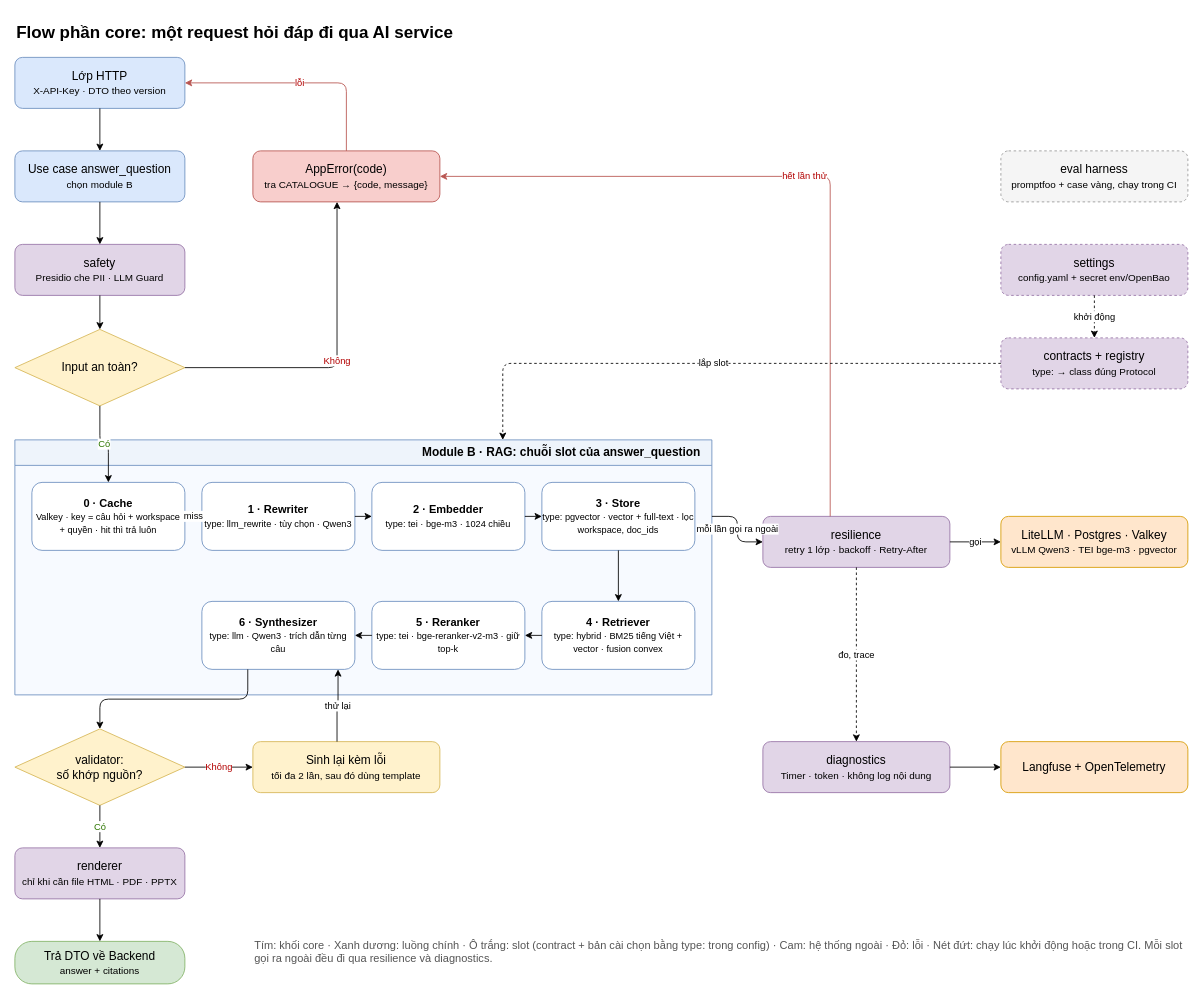
Above: page "1. Flow core" (1 of 9) of docs/beyondpilot/core-flow.drawio in nguyennhatkhoa99/llmops-sre-copilot (draw.io), before the change. Source tidied: cells renumbered, new cells numbered last; positions are measured from the earlier drawing's top-left corner, leaving out a move shared by most shapes. Both pictures are drawn from the tidied source at 85%, with x=0, y=0 at pixel (14, 14).
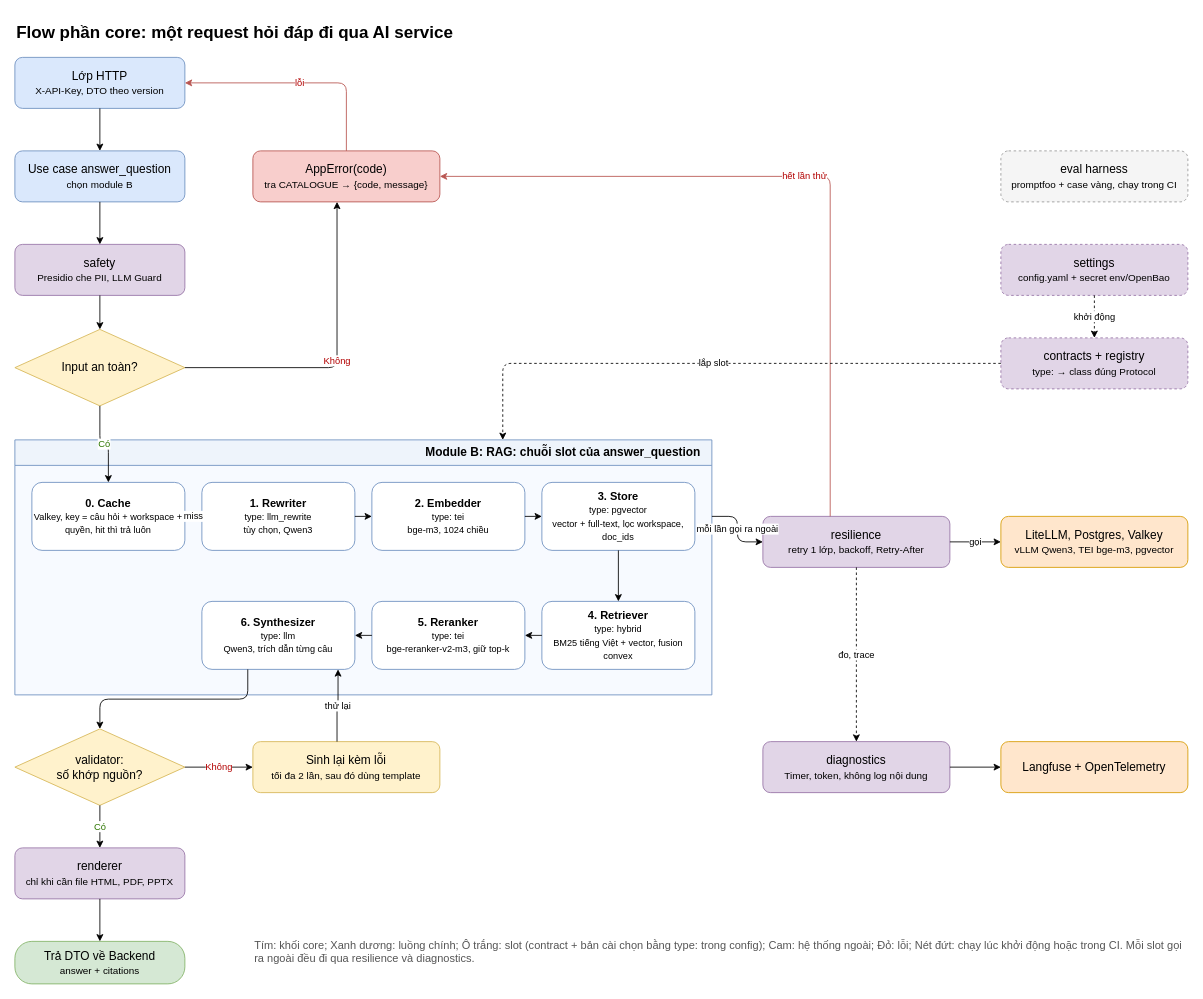
Above is the later version.

Change to the diagram source:
```diff
@@
-    <mxCell id="3" value="Lớp HTTP&lt;br&gt;&lt;small&gt;X-API-Key · DTO theo version&lt;/small&gt;" style="rounded=1;whiteSpace=wrap;html=1;fontSize=14;fillColor=#dae8fc;strokeColor=#6c8ebf;" parent="1" vertex="1">
+    <mxCell id="3" value="Lớp HTTP&lt;br&gt;&lt;small&gt;X-API-Key, DTO theo version&lt;/small&gt;" style="rounded=1;whiteSpace=wrap;html=1;fontSize=14;fillColor=#dae8fc;strokeColor=#6c8ebf;" parent="1" vertex="1">
       <mxGeometry y="50" width="200" height="60" as="geometry" />
     </mxCell>
@@
-    <mxCell id="5" value="safety&lt;br&gt;&lt;small&gt;Presidio che PII · LLM Guard&lt;/small&gt;" style="rounded=1;whiteSpace=wrap;html=1;fontSize=14;fillColor=#e1d5e7;strokeColor=#9673a6;" parent="1" vertex="1">
+    <mxCell id="5" value="safety&lt;br&gt;&lt;small&gt;Presidio che PII, LLM Guard&lt;/small&gt;" style="rounded=1;whiteSpace=wrap;html=1;fontSize=14;fillColor=#e1d5e7;strokeColor=#9673a6;" parent="1" vertex="1">
       <mxGeometry y="270" width="200" height="60" as="geometry" />
     </mxCell>
@@
-    <mxCell id="8" value="Module B · RAG: chuỗi slot của answer_question" style="swimlane;shape=swimlane;startSize=30;html=1;fontSize=14;fontStyle=1;verticalAlign=top;align=right;spacingRight=12;fillColor=#eef4fb;strokeColor=#6c8ebf;swimlaneFillColor=#f7faff;" parent="1" vertex="1">
+    <mxCell id="8" value="Module B: RAG: chuỗi slot của answer_question" style="swimlane;shape=swimlane;startSize=30;html=1;fontSize=14;fontStyle=1;verticalAlign=top;align=right;spacingRight=12;fillColor=#eef4fb;strokeColor=#6c8ebf;swimlaneFillColor=#f7faff;" parent="1" vertex="1">
       <mxGeometry y="500" width="820" height="300" as="geometry" />
     </mxCell>
-    <mxCell id="9" value="&lt;b&gt;0 · Cache&lt;/b&gt;&lt;br&gt;&lt;small&gt;Valkey · key = câu hỏi + workspace + quyền · hit thì trả luôn&lt;/small&gt;" style="rounded=1;whiteSpace=wrap;html=1;fontSize=14;fontSize=13;fillColor=#ffffff;strokeColor=#6c8ebf;" parent="8" vertex="1">
+    <mxCell id="9" value="&lt;b&gt;0. Cache&lt;/b&gt;&lt;br&gt;&lt;small&gt;Valkey, key = câu hỏi + workspace + quyền, hit thì trả luôn&lt;/small&gt;" style="rounded=1;whiteSpace=wrap;html=1;fontSize=14;fontSize=13;fillColor=#ffffff;strokeColor=#6c8ebf;" parent="8" vertex="1">
       <mxGeometry x="20" y="50" width="180" height="80" as="geometry" />
     </mxCell>
-    <mxCell id="10" value="&lt;b&gt;1 · Rewriter&lt;/b&gt;&lt;br&gt;&lt;small&gt;type: llm_rewrite · tùy chọn · Qwen3&lt;/small&gt;" style="rounded=1;whiteSpace=wrap;html=1;fontSize=14;fontSize=13;fillColor=#ffffff;strokeColor=#6c8ebf;" parent="8" vertex="1">
+    <mxCell id="10" value="&lt;b&gt;1. Rewriter&lt;/b&gt;&lt;br&gt;&lt;small&gt;type: llm_rewrite&lt;br&gt;tùy chọn, Qwen3&lt;/small&gt;" style="rounded=1;whiteSpace=wrap;html=1;fontSize=14;fontSize=13;fillColor=#ffffff;strokeColor=#6c8ebf;" parent="8" vertex="1">
       <mxGeometry x="220" y="50" width="180" height="80" as="geometry" />
     </mxCell>
-    <mxCell id="11" value="&lt;b&gt;2 · Embedder&lt;/b&gt;&lt;br&gt;&lt;small&gt;type: tei · bge-m3 · 1024 chiều&lt;/small&gt;" style="rounded=1;whiteSpace=wrap;html=1;fontSize=14;fontSize=13;fillColor=#ffffff;strokeColor=#6c8ebf;" parent="8" vertex="1">
+    <mxCell id="11" value="&lt;b&gt;2. Embedder&lt;/b&gt;&lt;br&gt;&lt;small&gt;type: tei&lt;br&gt;bge-m3, 1024 chiều&lt;/small&gt;" style="rounded=1;whiteSpace=wrap;html=1;fontSize=14;fontSize=13;fillColor=#ffffff;strokeColor=#6c8ebf;" parent="8" vertex="1">
       <mxGeometry x="420" y="50" width="180" height="80" as="geometry" />
     </mxCell>
-    <mxCell id="12" value="&lt;b&gt;3 · Store&lt;/b&gt;&lt;br&gt;&lt;small&gt;type: pgvector · vector + full-text · lọc workspace, doc_ids&lt;/small&gt;" style="rounded=1;whiteSpace=wrap;html=1;fontSize=14;fontSize=13;fillColor=#ffffff;strokeColor=#6c8ebf;" parent="8" vertex="1">
+    <mxCell id="12" value="&lt;b&gt;3. Store&lt;/b&gt;&lt;br&gt;&lt;small&gt;type: pgvector&lt;br&gt;vector + full-text, lọc workspace, doc_ids&lt;/small&gt;" style="rounded=1;whiteSpace=wrap;html=1;fontSize=14;fontSize=13;fillColor=#ffffff;strokeColor=#6c8ebf;" parent="8" vertex="1">
       <mxGeometry x="620" y="50" width="180" height="80" as="geometry" />
     </mxCell>
-    <mxCell id="13" value="&lt;b&gt;4 · Retriever&lt;/b&gt;&lt;br&gt;&lt;small&gt;type: hybrid · BM25 tiếng Việt + vector · fusion convex&lt;/small&gt;" style="rounded=1;whiteSpace=wrap;html=1;fontSize=14;fontSize=13;fillColor=#ffffff;strokeColor=#6c8ebf;" parent="8" vertex="1">
+    <mxCell id="13" value="&lt;b&gt;4. Retriever&lt;/b&gt;&lt;br&gt;&lt;small&gt;type: hybrid&lt;br&gt;BM25 tiếng Việt + vector, fusion convex&lt;/small&gt;" style="rounded=1;whiteSpace=wrap;html=1;fontSize=14;fontSize=13;fillColor=#ffffff;strokeColor=#6c8ebf;" parent="8" vertex="1">
       <mxGeometry x="620" y="190" width="180" height="80" as="geometry" />
     </mxCell>
-    <mxCell id="14" value="&lt;b&gt;5 · Reranker&lt;/b&gt;&lt;br&gt;&lt;small&gt;type: tei · bge-reranker-v2-m3 · giữ top-k&lt;/small&gt;" style="rounded=1;whiteSpace=wrap;html=1;fontSize=14;fontSize=13;fillColor=#ffffff;strokeColor=#6c8ebf;" parent="8" vertex="1">
+    <mxCell id="14" value="&lt;b&gt;5. Reranker&lt;/b&gt;&lt;br&gt;&lt;small&gt;type: tei&lt;br&gt;bge-reranker-v2-m3, giữ top-k&lt;/small&gt;" style="rounded=1;whiteSpace=wrap;html=1;fontSize=14;fontSize=13;fillColor=#ffffff;strokeColor=#6c8ebf;" parent="8" vertex="1">
       <mxGeometry x="420" y="190" width="180" height="80" as="geometry" />
     </mxCell>
-    <mxCell id="15" value="&lt;b&gt;6 · Synthesizer&lt;/b&gt;&lt;br&gt;&lt;small&gt;type: llm · Qwen3 · trích dẫn từng câu&lt;/small&gt;" style="rounded=1;whiteSpace=wrap;html=1;fontSize=14;fontSize=13;fillColor=#ffffff;strokeColor=#6c8ebf;" parent="8" vertex="1">
+    <mxCell id="15" value="&lt;b&gt;6. Synthesizer&lt;/b&gt;&lt;br&gt;&lt;small&gt;type: llm&lt;br&gt;Qwen3, trích dẫn từng câu&lt;/small&gt;" style="rounded=1;whiteSpace=wrap;html=1;fontSize=14;fontSize=13;fillColor=#ffffff;strokeColor=#6c8ebf;" parent="8" vertex="1">
       <mxGeometry x="220" y="190" width="180" height="80" as="geometry" />
     </mxCell>
@@
-    <mxCell id="24" value="renderer&lt;br&gt;&lt;small&gt;chỉ khi cần file HTML · PDF · PPTX&lt;/small&gt;" style="rounded=1;whiteSpace=wrap;html=1;fontSize=14;fillColor=#e1d5e7;strokeColor=#9673a6;" parent="1" vertex="1">
+    <mxCell id="24" value="renderer&lt;br&gt;&lt;small&gt;chỉ khi cần file HTML, PDF, PPTX&lt;/small&gt;" style="rounded=1;whiteSpace=wrap;html=1;fontSize=14;fillColor=#e1d5e7;strokeColor=#9673a6;" parent="1" vertex="1">
       <mxGeometry y="980" width="200" height="60" as="geometry" />
     </mxCell>
@@
-    <mxCell id="29" value="resilience&lt;br&gt;&lt;small&gt;retry 1 lớp · backoff · Retry-After&lt;/small&gt;" style="rounded=1;whiteSpace=wrap;html=1;fontSize=14;fillColor=#e1d5e7;strokeColor=#9673a6;" parent="1" vertex="1">
+    <mxCell id="29" value="resilience&lt;br&gt;&lt;small&gt;retry 1 lớp, backoff, Retry-After&lt;/small&gt;" style="rounded=1;whiteSpace=wrap;html=1;fontSize=14;fillColor=#e1d5e7;strokeColor=#9673a6;" parent="1" vertex="1">
       <mxGeometry x="880" y="590" width="220" height="60" as="geometry" />
     </mxCell>
-    <mxCell id="30" value="LiteLLM · Postgres · Valkey&lt;br&gt;&lt;small&gt;vLLM Qwen3 · TEI bge-m3 · pgvector&lt;/small&gt;" style="rounded=1;whiteSpace=wrap;html=1;fontSize=14;fillColor=#ffe6cc;strokeColor=#d79b00;" parent="1" vertex="1">
+    <mxCell id="30" value="LiteLLM, Postgres, Valkey&lt;br&gt;&lt;small&gt;vLLM Qwen3, TEI bge-m3, pgvector&lt;/small&gt;" style="rounded=1;whiteSpace=wrap;html=1;fontSize=14;fillColor=#ffe6cc;strokeColor=#d79b00;" parent="1" vertex="1">
       <mxGeometry x="1160" y="590" width="220" height="60" as="geometry" />
     </mxCell>
-    <mxCell id="31" value="diagnostics&lt;br&gt;&lt;small&gt;Timer · token · không log nội dung&lt;/small&gt;" style="rounded=1;whiteSpace=wrap;html=1;fontSize=14;fillColor=#e1d5e7;strokeColor=#9673a6;" parent="1" vertex="1">
+    <mxCell id="31" value="diagnostics&lt;br&gt;&lt;small&gt;Timer, token, không log nội dung&lt;/small&gt;" style="rounded=1;whiteSpace=wrap;html=1;fontSize=14;fillColor=#e1d5e7;strokeColor=#9673a6;" parent="1" vertex="1">
       <mxGeometry x="880" y="855" width="220" height="60" as="geometry" />
     </mxCell>
@@
-    <mxCell id="33" value="Tím: khối core · Xanh dương: luồng chính · Ô trắng: slot (contract + bản cài chọn bằng type: trong config) · Cam: hệ thống ngoài · Đỏ: lỗi · Nét đứt: chạy lúc khởi động hoặc trong CI. Mỗi slot gọi ra ngoài đều đi qua resilience và diagnostics." style="text;html=1;strokeColor=none;fillColor=none;align=left;verticalAlign=middle;whiteSpace=wrap;fontSize=13;verticalAlign=top;fontColor=#555555;" parent="1" vertex="1">
+    <mxCell id="33" value="Tím: khối core; Xanh dương: luồng chính; Ô trắng: slot (contract + bản cài chọn bằng type: trong config); Cam: hệ thống ngoài; Đỏ: lỗi; Nét đứt: chạy lúc khởi động hoặc trong CI. Mỗi slot gọi ra ngoài đều đi qua resilience và diagnostics." style="text;html=1;strokeColor=none;fillColor=none;align=left;verticalAlign=middle;whiteSpace=wrap;fontSize=13;verticalAlign=top;fontColor=#555555;" parent="1" vertex="1">
       <mxGeometry x="280" y="1080" width="1100" height="50" as="geometry" />
     </mxCell>
```
